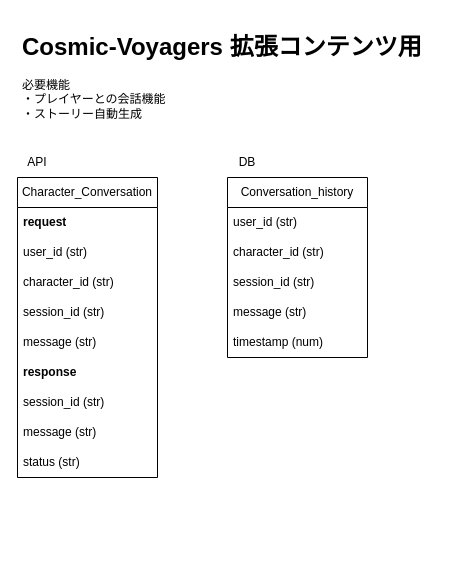
Earlier version of the draw.io diagram map.drawio (AntiInsufficientSleep/Cosmic-Voyagers-backend). Source tidied: cells renumbered, new cells numbered last; positions are measured from the earlier drawing's top-left corner, leaving out a move shared by most shapes. Both pictures are drawn from the tidied source at 100%, with x=0, y=0 at pixel (17, 27).
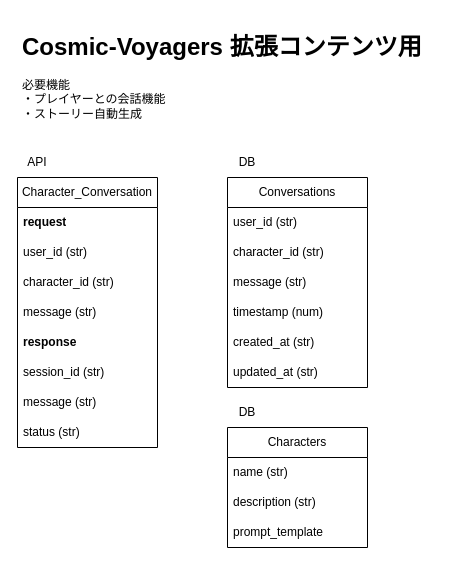
Above is the later version.

Commit message:
update: 構成図を一部アップデート

What changed in the source:
```diff
@@
     <mxCell id="4" value="Character_Conversation" style="swimlane;fontStyle=0;horizontal=1;startSize=30;whiteSpace=wrap;html=1;" parent="1" vertex="1">
-      <mxGeometry y="150" width="140" height="300" as="geometry" />
+      <mxGeometry y="150" width="140" height="270" as="geometry" />
     </mxCell>
@@
-    <mxCell id="8" value="session_id (str)" style="text;strokeColor=none;fillColor=none;align=left;verticalAlign=middle;spacingLeft=4;spacingRight=4;overflow=hidden;whiteSpace=wrap;html=1;" parent="4" vertex="1">
-      <mxGeometry y="120" width="140" height="30" as="geometry" />
-    </mxCell>
     <mxCell id="9" value="message (str)" style="text;strokeColor=none;fillColor=none;align=left;verticalAlign=middle;spacingLeft=4;spacingRight=4;overflow=hidden;whiteSpace=wrap;html=1;" parent="4" vertex="1">
-      <mxGeometry y="150" width="140" height="30" as="geometry" />
+      <mxGeometry y="120" width="140" height="30" as="geometry" />
     </mxCell>
     <mxCell id="10" value="&lt;b&gt;response&lt;/b&gt;" style="text;strokeColor=none;fillColor=none;align=left;verticalAlign=middle;spacingLeft=4;spacingRight=4;overflow=hidden;whiteSpace=wrap;html=1;" parent="4" vertex="1">
-      <mxGeometry y="180" width="140" height="30" as="geometry" />
+      <mxGeometry y="150" width="140" height="30" as="geometry" />
     </mxCell>
     <mxCell id="11" value="session_id (str)" style="text;strokeColor=none;fillColor=none;align=left;verticalAlign=middle;spacingLeft=4;spacingRight=4;overflow=hidden;whiteSpace=wrap;html=1;" parent="4" vertex="1">
-      <mxGeometry y="210" width="140" height="30" as="geometry" />
+      <mxGeometry y="180" width="140" height="30" as="geometry" />
     </mxCell>
     <mxCell id="12" value="message (str)" style="text;strokeColor=none;fillColor=none;align=left;verticalAlign=middle;spacingLeft=4;spacingRight=4;overflow=hidden;whiteSpace=wrap;html=1;" parent="4" vertex="1">
-      <mxGeometry y="240" width="140" height="30" as="geometry" />
+      <mxGeometry y="210" width="140" height="30" as="geometry" />
     </mxCell>
     <mxCell id="13" value="status (str)" style="text;strokeColor=none;fillColor=none;align=left;verticalAlign=middle;spacingLeft=4;spacingRight=4;overflow=hidden;whiteSpace=wrap;html=1;" parent="4" vertex="1">
-      <mxGeometry y="270" width="140" height="30" as="geometry" />
+      <mxGeometry y="240" width="140" height="30" as="geometry" />
     </mxCell>
@@
-    <mxCell id="15" value="Conversation_history" style="swimlane;fontStyle=0;horizontal=1;startSize=30;whiteSpace=wrap;html=1;" parent="1" vertex="1">
-      <mxGeometry x="210" y="150" width="140" height="180" as="geometry" />
+    <mxCell id="15" value="Conversations" style="swimlane;fontStyle=0;horizontal=1;startSize=30;whiteSpace=wrap;html=1;" parent="1" vertex="1">
+      <mxGeometry x="210" y="150" width="140" height="210" as="geometry" />
     </mxCell>
@@
-    <mxCell id="18" value="session_id (str)" style="text;strokeColor=none;fillColor=none;align=left;verticalAlign=middle;spacingLeft=4;spacingRight=4;overflow=hidden;whiteSpace=wrap;html=1;" parent="15" vertex="1">
-      <mxGeometry y="90" width="140" height="30" as="geometry" />
-    </mxCell>
     <mxCell id="19" value="message (str)" style="text;strokeColor=none;fillColor=none;align=left;verticalAlign=middle;spacingLeft=4;spacingRight=4;overflow=hidden;whiteSpace=wrap;html=1;" parent="15" vertex="1">
-      <mxGeometry y="120" width="140" height="30" as="geometry" />
+      <mxGeometry y="90" width="140" height="30" as="geometry" />
     </mxCell>
     <mxCell id="20" value="timestamp (num)" style="text;strokeColor=none;fillColor=none;align=left;verticalAlign=middle;spacingLeft=4;spacingRight=4;overflow=hidden;whiteSpace=wrap;html=1;" parent="15" vertex="1">
-      <mxGeometry y="150" width="140" height="30" as="geometry" />
+      <mxGeometry y="120" width="140" height="30" as="geometry" />
     </mxCell>
+    <mxCell id="21" value="created_at (str)" style="text;strokeColor=none;fillColor=none;align=left;verticalAlign=middle;spacingLeft=4;spacingRight=4;overflow=hidden;whiteSpace=wrap;html=1;" parent="15" vertex="1">
+      <mxGeometry y="150" width="140" height="30" as="geometry" />
+    </mxCell>
+    <mxCell id="22" value="updated_at (str)" style="text;strokeColor=none;fillColor=none;align=left;verticalAlign=middle;spacingLeft=4;spacingRight=4;overflow=hidden;whiteSpace=wrap;html=1;" parent="15" vertex="1">
+      <mxGeometry y="180" width="140" height="30" as="geometry" />
+    </mxCell>
+    <mxCell id="23" value="DB" style="text;html=1;strokeColor=none;fillColor=none;align=center;verticalAlign=middle;whiteSpace=wrap;rounded=0;" parent="1" vertex="1">
+      <mxGeometry x="210" y="370" width="40" height="30" as="geometry" />
+    </mxCell>
+    <mxCell id="24" value="Characters" style="swimlane;fontStyle=0;horizontal=1;startSize=30;whiteSpace=wrap;html=1;" parent="1" vertex="1">
+      <mxGeometry x="210" y="400" width="140" height="120" as="geometry" />
+    </mxCell>
+    <mxCell id="25" value="name (str)" style="text;strokeColor=none;fillColor=none;align=left;verticalAlign=middle;spacingLeft=4;spacingRight=4;overflow=hidden;whiteSpace=wrap;html=1;" parent="24" vertex="1">
+      <mxGeometry y="30" width="140" height="30" as="geometry" />
+    </mxCell>
+    <mxCell id="26" value="description (str)" style="text;strokeColor=none;fillColor=none;align=left;verticalAlign=middle;spacingLeft=4;spacingRight=4;overflow=hidden;whiteSpace=wrap;html=1;" parent="24" vertex="1">
+      <mxGeometry y="60" width="140" height="30" as="geometry" />
+    </mxCell>
+    <mxCell id="27" value="prompt_template" style="text;strokeColor=none;fillColor=none;align=left;verticalAlign=middle;spacingLeft=4;spacingRight=4;overflow=hidden;whiteSpace=wrap;html=1;" parent="24" vertex="1">
+      <mxGeometry y="90" width="140" height="30" as="geometry" />
+    </mxCell>
```
